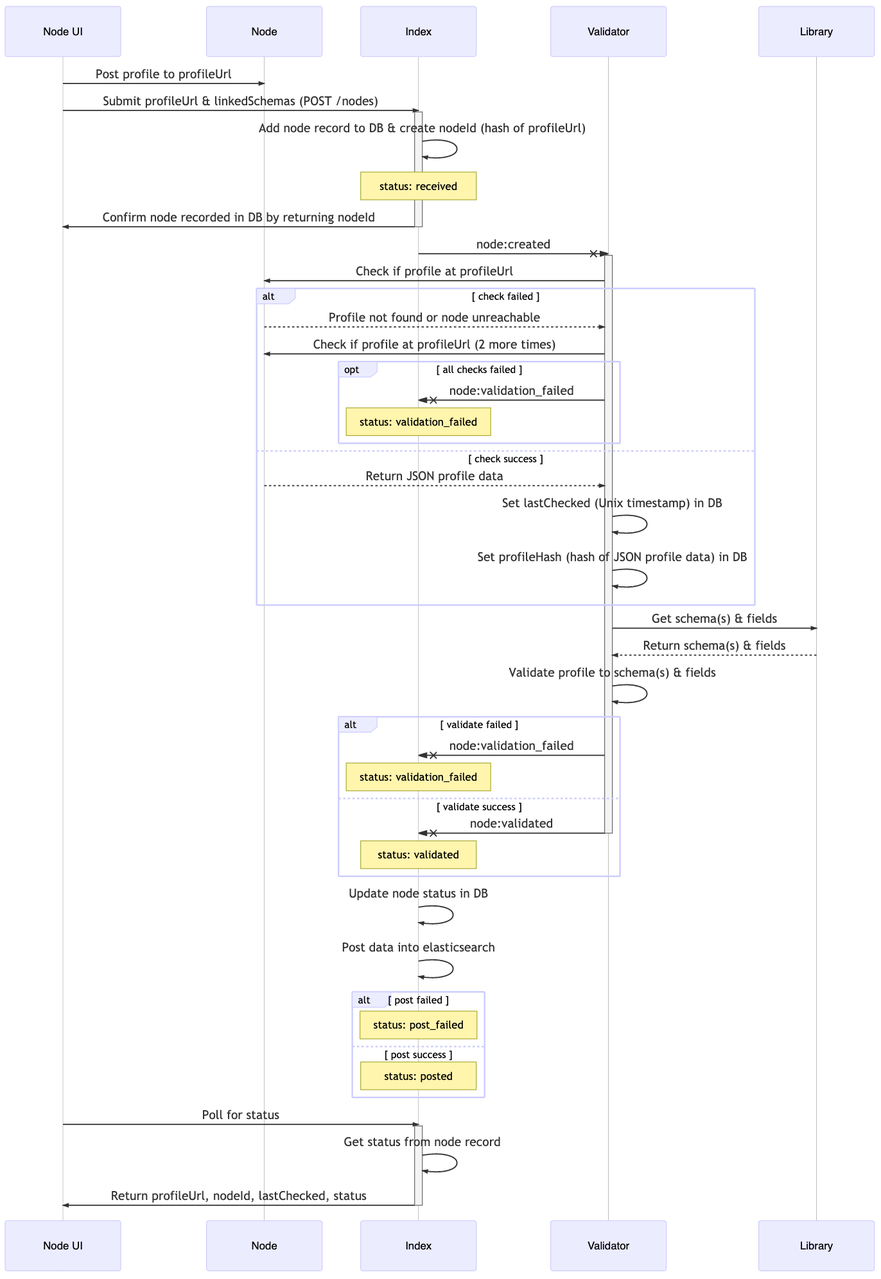
The Mermaid diagram api-index-v1-1.png in MurmurationsNetwork/MurmurationsProtocol, before a commit. Its source is kept beside it as api-index-v1-1.mmd.
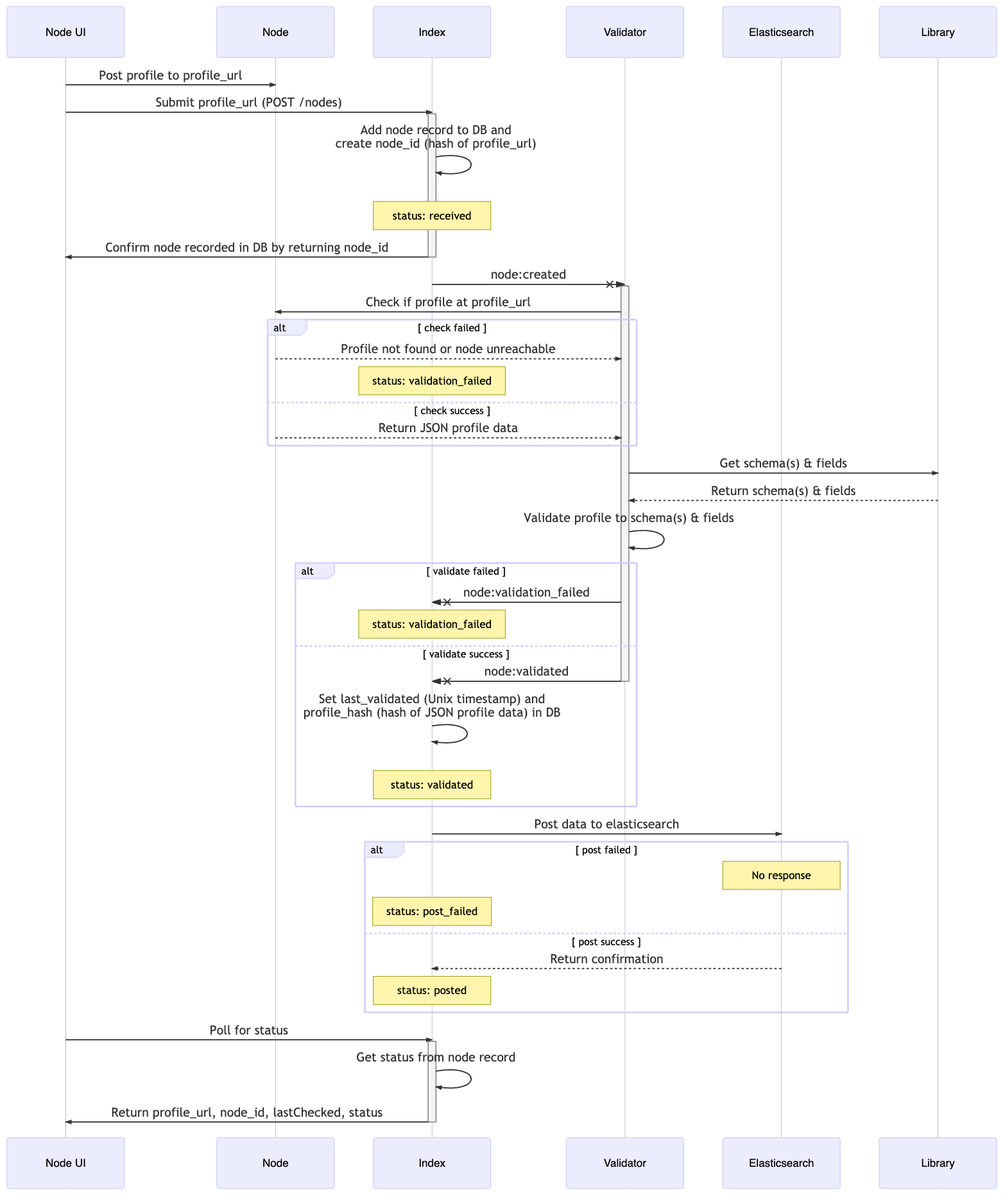
After the commit.

Diff of the diagram source:
```diff
@@ -3,26 +3,21 @@
     participant Node
     participant Index
     participant Validator
+    participant Elasticsearch
     participant Library
 
-    Node UI->>Node: Post profile to profileUrl
-    Node UI->>+Index: Submit profileUrl & linkedSchemas (POST /nodes)
-    Index->>Index: Add node record to DB & create nodeId (hash of profileUrl)
+    Node UI->>Node: Post profile to profile_url
+    Node UI->>+Index: Submit profile_url (POST /nodes)
+    Index->>Index: Add node record to DB and <br> create node_id (hash of profile_url)
     Note over Index: status: received
-    Index->>-Node UI: Confirm node recorded in DB by returning nodeId
+    Index->>-Node UI: Confirm node recorded in DB by returning node_id
     Index-x+Validator: node:created
-    Validator->>Node: Check if profile at profileUrl
+    Validator->>Node: Check if profile at profile_url
     alt check failed
     Node-->>Validator: Profile not found or node unreachable
-    Validator->>Node: Check if profile at profileUrl (2 more times)
-    opt all checks failed
-    Validator-xIndex: node:validation_failed
     Note over Index: status: validation_failed
-    end
     else check success
     Node-->>Validator: Return JSON profile data
-    Validator->>Validator: Set lastChecked (Unix timestamp) in DB
-    Validator->>Validator: Set profileHash (hash of JSON profile data) in DB
     end
     Validator->>Library: Get schema(s) & fields
     Library-->>Validator: Return schema(s) & fields
@@ -32,15 +27,17 @@
     Note over Index: status: validation_failed
     else validate success
     Validator-x-Index: node:validated
+    Index->>Index: Set last_validated (Unix timestamp) and <br> profile_hash (hash of JSON profile data) in DB
     Note over Index: status: validated
     end
-    Index->>Index: Update node status in DB
-    Index->>Index: Post data into elasticsearch
+    Index->>Elasticsearch: Post data to elasticsearch
     alt post failed
+    Note over Elasticsearch: No response
     Note over Index: status: post_failed
     else post success
+    Elasticsearch-->>Index: Return confirmation
     Note over Index: status: posted
     end
     Node UI->>+Index: Poll for status
     Index->>Index: Get status from node record
-    Index->>-Node UI: Return profileUrl, nodeId, lastChecked, status
+    Index->>-Node UI: Return profile_url, node_id, lastChecked, status
```
